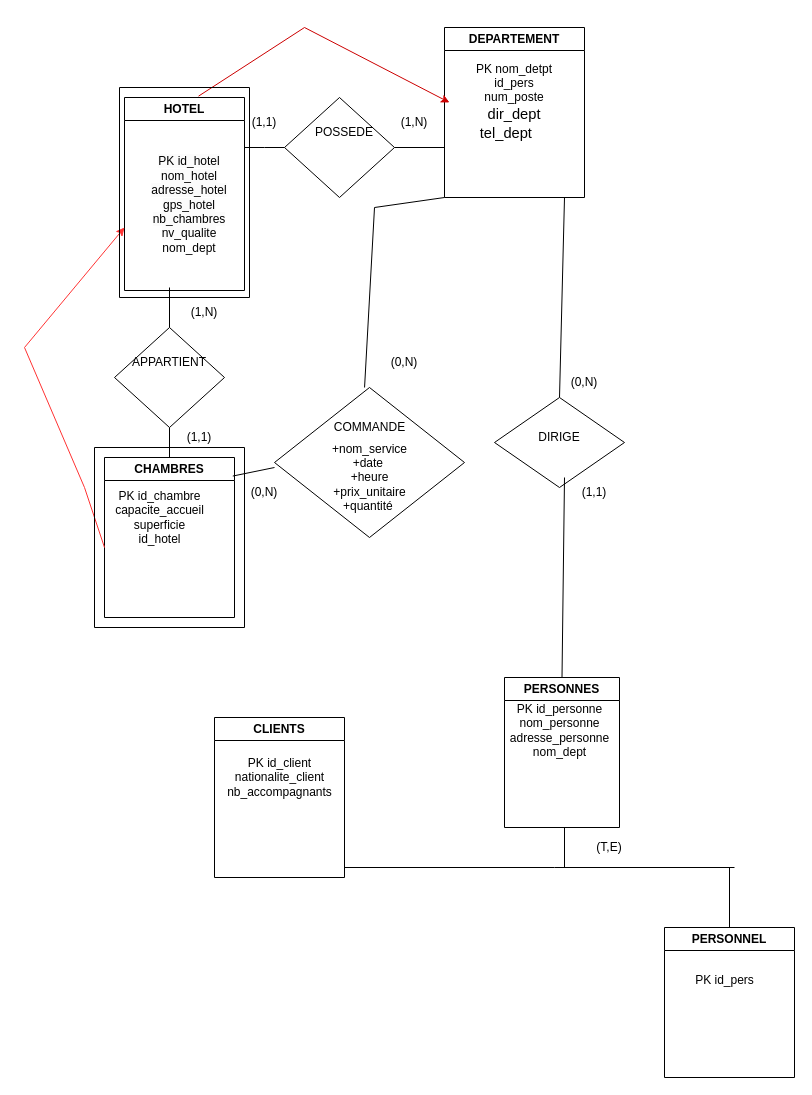
lenny-vergerolle/lennyverg keeps this draw.io diagram as Diagramme sans nom.drawio. Above is the earlier version. Source tidied: cells renumbered, new cells numbered last; positions are measured from the earlier drawing's top-left corner, leaving out a move shared by most shapes. Both pictures are drawn from the tidied source at 100%, with x=0, y=0 at pixel (24, 27).
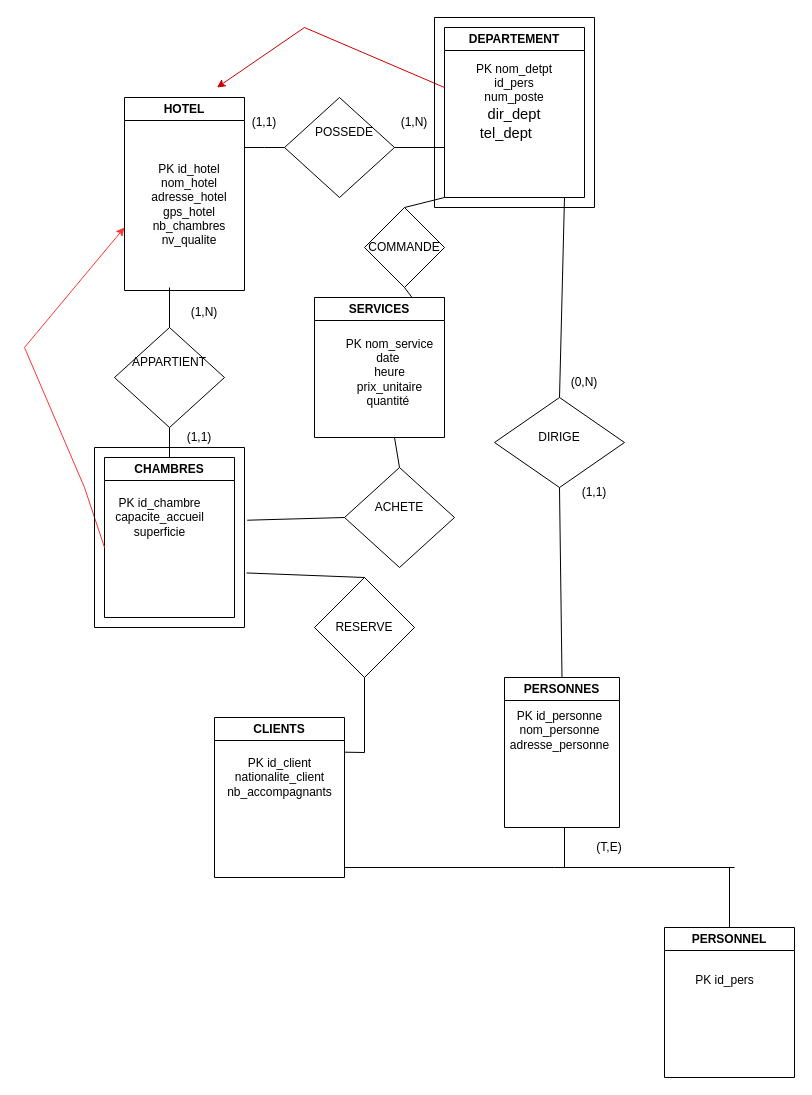
The same page after the edit.

Commit message (it also covers changes not shown here):
Mettre à jour Diagramme sans nom.drawio

The change refers to these unchanged cells:
```xml
<mxCell id="2" value="HOTEL" style="swimlane;whiteSpace=wrap;html=1;" parent="1" vertex="1">
  <mxGeometry x="100" y="70" width="120" height="193" as="geometry" />
</mxCell>
<mxCell id="4" value="DEPARTEMENT" style="swimlane;whiteSpace=wrap;html=1;" parent="1" vertex="1">
  <mxGeometry x="420" width="140" height="170" as="geometry" />
</mxCell>
<mxCell id="5" value="PK nom_detpt&lt;br&gt;id_pers&lt;br&gt;num_poste&lt;br&gt;&lt;span style=&quot;margin: 0px; padding: 0px; user-select: text; -webkit-user-drag: none; -webkit-tap-highlight-color: transparent; text-align: left; background-color: rgb(255, 255, 255); font-size: 11pt; line-height: 19.425px; font-family: Calibri, Calibri_EmbeddedFont, Calibri_MSFontService, sans-serif; font-variant-ligatures: none !important;&quot; class=&quot;TextRun SCXW159923290 BCX0&quot; lang=&quot;FR-FR&quot;&gt;&lt;/span&gt;&lt;span style=&quot;margin: 0px; padding: 0px; user-select: text; -webkit-user-drag: none; -webkit-tap-highlight-color: transparent; text-align: left; background-color: rgb(255, 255, 255); font-size: 11pt; line-height: 19.425px; font-family: Calibri, Calibri_EmbeddedFont, Calibri_MSFontService, sans-serif;&quot; class=&quot;EOP SCXW159923290 BCX0&quot;&gt;&lt;span style=&quot;margin: 0px; padding: 0px; user-select: text; -webkit-user-drag: none; -webkit-tap-highlight-color: transparent; font-size: 11pt; line-height: 19.425px; font-variant-ligatures: none !important;&quot; class=&quot;TextRun SCXW159923290 BCX0&quot; lang=&quot;FR-FR&quot;&gt;&lt;/span&gt;&lt;span style=&quot;margin: 0px; padding: 0px; user-select: text; -webkit-user-drag: none; -webkit-tap-highlight-color: transparent; font-size: 11pt; line-height: 19.425px;&quot; class=&quot;EOP SCXW159923290 BCX0&quot;&gt;&lt;span style=&quot;margin: 0px; padding: 0px; user-select: text; -webkit-user-drag: none; -webkit-tap-highlight-color: transparent; font-size: 11pt; line-height: 19.425px; font-variant-ligatures: none !important;&quot; class=&quot;TextRun SCXW87399350 BCX0&quot; lang=&quot;FR-FR&quot;&gt;&lt;/span&gt;&lt;span style=&quot;margin: 0px; padding: 0px; user-select: text; -webkit-user-drag: none; -webkit-tap-highlight-color: transparent; font-size: 11pt; line-height: 19.425px;&quot; class=&quot;EOP SCXW87399350 BCX0&quot;&gt;&lt;span style=&quot;margin: 0px; padding: 0px; user-select: text; -webkit-user-drag: none; -webkit-tap-highlight-color: transparent; font-size: 11pt; line-height: 19.425px; font-variant-ligatures: none !important;&quot; class=&quot;TextRun SCXW87399350 BCX0&quot; lang=&quot;FR-FR&quot;&gt;&lt;/span&gt;&lt;span style=&quot;margin: 0px; padding: 0px; user-select: text; -webkit-user-drag: none; -webkit-tap-highlight-color: transparent; font-size: 11pt; line-height: 19.425px;&quot; class=&quot;EOP SCXW87399350 BCX0&quot;&gt;dir_dept&lt;br&gt;tel_dept&amp;nbsp;&lt;/span&gt;&amp;nbsp;&lt;/span&gt;&amp;nbsp;&lt;/span&gt;&amp;nbsp;&lt;/span&gt;" style="text;html=1;strokeColor=none;fillColor=none;align=center;verticalAlign=middle;whiteSpace=wrap;rounded=0;" parent="4" vertex="1">
  <mxGeometry x="5" y="50" width="130" height="50" as="geometry" />
</mxCell>
<mxCell id="7" value="PK id_client&lt;br&gt;nationalite_client&lt;br&gt;nb_accompagnants" style="text;html=1;align=center;verticalAlign=middle;points=[];strokeColor=none;fillColor=none;" parent="6" vertex="1">
  <mxGeometry y="30" width="130" height="60" as="geometry" />
</mxCell>
<mxCell id="8" value="PERSONNES" style="swimlane;whiteSpace=wrap;html=1;" parent="1" vertex="1">
  <mxGeometry x="480" y="650" width="115" height="150" as="geometry" />
</mxCell>
<mxCell id="12" value="CHAMBRES" style="swimlane;whiteSpace=wrap;html=1;" parent="1" vertex="1">
  <mxGeometry x="80" y="430" width="130" height="160" as="geometry" />
</mxCell>
<mxCell id="28" style="rhombus;whiteSpace=wrap;html=1;" parent="1" vertex="1">
  <mxGeometry x="470" y="370" width="130" height="90" as="geometry" />
</mxCell>
<mxCell id="45" style="swimlane;startSize=0;" parent="1" vertex="1">
  <mxGeometry x="70" y="420" width="150" height="180" as="geometry" />
</mxCell>
```

The edit, as a diff of the source:
```diff
@@
-    <mxCell id="3" value="&lt;br&gt;&lt;span style=&quot;color: rgb(0, 0, 0); font-family: Helvetica; font-size: 12px; font-style: normal; font-variant-ligatures: normal; font-variant-caps: normal; font-weight: 400; letter-spacing: normal; orphans: 2; text-align: center; text-indent: 0px; text-transform: none; widows: 2; word-spacing: 0px; -webkit-text-stroke-width: 0px; background-color: rgb(251, 251, 251); text-decoration-thickness: initial; text-decoration-style: initial; text-decoration-color: initial; float: none; display: inline !important;&quot;&gt;PK id_hotel&lt;/span&gt;&lt;br style=&quot;border-color: var(--border-color); color: rgb(0, 0, 0); font-family: Helvetica; font-size: 12px; font-style: normal; font-variant-ligatures: normal; font-variant-caps: normal; font-weight: 400; letter-spacing: normal; orphans: 2; text-align: center; text-indent: 0px; text-transform: none; widows: 2; word-spacing: 0px; -webkit-text-stroke-width: 0px; background-color: rgb(251, 251, 251); text-decoration-thickness: initial; text-decoration-style: initial; text-decoration-color: initial;&quot;&gt;&lt;span style=&quot;color: rgb(0, 0, 0); font-family: Helvetica; font-size: 12px; font-style: normal; font-variant-ligatures: normal; font-variant-caps: normal; font-weight: 400; letter-spacing: normal; orphans: 2; text-align: center; text-indent: 0px; text-transform: none; widows: 2; word-spacing: 0px; -webkit-text-stroke-width: 0px; background-color: rgb(251, 251, 251); text-decoration-thickness: initial; text-decoration-style: initial; text-decoration-color: initial; float: none; display: inline !important;&quot;&gt;nom_hotel&lt;/span&gt;&lt;br style=&quot;border-color: var(--border-color); color: rgb(0, 0, 0); font-family: Helvetica; font-size: 12px; font-style: normal; font-variant-ligatures: normal; font-variant-caps: normal; font-weight: 400; letter-spacing: normal; orphans: 2; text-align: center; text-indent: 0px; text-transform: none; widows: 2; word-spacing: 0px; -webkit-text-stroke-width: 0px; background-color: rgb(251, 251, 251); text-decoration-thickness: initial; text-decoration-style: initial; text-decoration-color: initial;&quot;&gt;&lt;span style=&quot;color: rgb(0, 0, 0); font-family: Helvetica; font-size: 12px; font-style: normal; font-variant-ligatures: normal; font-variant-caps: normal; font-weight: 400; letter-spacing: normal; orphans: 2; text-align: center; text-indent: 0px; text-transform: none; widows: 2; word-spacing: 0px; -webkit-text-stroke-width: 0px; background-color: rgb(251, 251, 251); text-decoration-thickness: initial; text-decoration-style: initial; text-decoration-color: initial; float: none; display: inline !important;&quot;&gt;adresse_hotel&lt;/span&gt;&lt;br style=&quot;border-color: var(--border-color); color: rgb(0, 0, 0); font-family: Helvetica; font-size: 12px; font-style: normal; font-variant-ligatures: normal; font-variant-caps: normal; font-weight: 400; letter-spacing: normal; orphans: 2; text-align: center; text-indent: 0px; text-transform: none; widows: 2; word-spacing: 0px; -webkit-text-stroke-width: 0px; background-color: rgb(251, 251, 251); text-decoration-thickness: initial; text-decoration-style: initial; text-decoration-color: initial;&quot;&gt;&lt;span style=&quot;color: rgb(0, 0, 0); font-family: Helvetica; font-size: 12px; font-style: normal; font-variant-ligatures: normal; font-variant-caps: normal; font-weight: 400; letter-spacing: normal; orphans: 2; text-align: center; text-indent: 0px; text-transform: none; widows: 2; word-spacing: 0px; -webkit-text-stroke-width: 0px; background-color: rgb(251, 251, 251); text-decoration-thickness: initial; text-decoration-style: initial; text-decoration-color: initial; float: none; display: inline !important;&quot;&gt;gps_hotel&lt;/span&gt;&lt;br style=&quot;border-color: var(--border-color); color: rgb(0, 0, 0); font-family: Helvetica; font-size: 12px; font-style: normal; font-variant-ligatures: normal; font-variant-caps: normal; font-weight: 400; letter-spacing: normal; orphans: 2; text-align: center; text-indent: 0px; text-transform: none; widows: 2; word-spacing: 0px; -webkit-text-stroke-width: 0px; background-color: rgb(251, 251, 251); text-decoration-thickness: initial; text-decoration-style: initial; text-decoration-color: initial;&quot;&gt;&lt;span style=&quot;color: rgb(0, 0, 0); font-family: Helvetica; font-size: 12px; font-style: normal; font-variant-ligatures: normal; font-variant-caps: normal; font-weight: 400; letter-spacing: normal; orphans: 2; text-align: center; text-indent: 0px; text-transform: none; widows: 2; word-spacing: 0px; -webkit-text-stroke-width: 0px; background-color: rgb(251, 251, 251); text-decoration-thickness: initial; text-decoration-style: initial; text-decoration-color: initial; float: none; display: inline !important;&quot;&gt;nb_chambres&lt;/span&gt;&lt;br style=&quot;border-color: var(--border-color); color: rgb(0, 0, 0); font-family: Helvetica; font-size: 12px; font-style: normal; font-variant-ligatures: normal; font-variant-caps: normal; font-weight: 400; letter-spacing: normal; orphans: 2; text-align: center; text-indent: 0px; text-transform: none; widows: 2; word-spacing: 0px; -webkit-text-stroke-width: 0px; background-color: rgb(251, 251, 251); text-decoration-thickness: initial; text-decoration-style: initial; text-decoration-color: initial;&quot;&gt;&lt;span style=&quot;color: rgb(0, 0, 0); font-family: Helvetica; font-size: 12px; font-style: normal; font-variant-ligatures: normal; font-variant-caps: normal; font-weight: 400; letter-spacing: normal; orphans: 2; text-align: center; text-indent: 0px; text-transform: none; widows: 2; word-spacing: 0px; -webkit-text-stroke-width: 0px; background-color: rgb(251, 251, 251); text-decoration-thickness: initial; text-decoration-style: initial; text-decoration-color: initial; float: none; display: inline !important;&quot;&gt;nv_qualite&lt;br&gt;&lt;/span&gt;nom_dept" style="text;html=1;strokeColor=none;fillColor=none;align=center;verticalAlign=middle;whiteSpace=wrap;rounded=0;" parent="2" vertex="1">
+    <mxCell id="3" value="&lt;br&gt;&lt;span style=&quot;color: rgb(0, 0, 0); font-family: Helvetica; font-size: 12px; font-style: normal; font-variant-ligatures: normal; font-variant-caps: normal; font-weight: 400; letter-spacing: normal; orphans: 2; text-align: center; text-indent: 0px; text-transform: none; widows: 2; word-spacing: 0px; -webkit-text-stroke-width: 0px; background-color: rgb(251, 251, 251); text-decoration-thickness: initial; text-decoration-style: initial; text-decoration-color: initial; float: none; display: inline !important;&quot;&gt;PK id_hotel&lt;/span&gt;&lt;br style=&quot;border-color: var(--border-color); color: rgb(0, 0, 0); font-family: Helvetica; font-size: 12px; font-style: normal; font-variant-ligatures: normal; font-variant-caps: normal; font-weight: 400; letter-spacing: normal; orphans: 2; text-align: center; text-indent: 0px; text-transform: none; widows: 2; word-spacing: 0px; -webkit-text-stroke-width: 0px; background-color: rgb(251, 251, 251); text-decoration-thickness: initial; text-decoration-style: initial; text-decoration-color: initial;&quot;&gt;&lt;span style=&quot;color: rgb(0, 0, 0); font-family: Helvetica; font-size: 12px; font-style: normal; font-variant-ligatures: normal; font-variant-caps: normal; font-weight: 400; letter-spacing: normal; orphans: 2; text-align: center; text-indent: 0px; text-transform: none; widows: 2; word-spacing: 0px; -webkit-text-stroke-width: 0px; background-color: rgb(251, 251, 251); text-decoration-thickness: initial; text-decoration-style: initial; text-decoration-color: initial; float: none; display: inline !important;&quot;&gt;nom_hotel&lt;/span&gt;&lt;br style=&quot;border-color: var(--border-color); color: rgb(0, 0, 0); font-family: Helvetica; font-size: 12px; font-style: normal; font-variant-ligatures: normal; font-variant-caps: normal; font-weight: 400; letter-spacing: normal; orphans: 2; text-align: center; text-indent: 0px; text-transform: none; widows: 2; word-spacing: 0px; -webkit-text-stroke-width: 0px; background-color: rgb(251, 251, 251); text-decoration-thickness: initial; text-decoration-style: initial; text-decoration-color: initial;&quot;&gt;&lt;span style=&quot;color: rgb(0, 0, 0); font-family: Helvetica; font-size: 12px; font-style: normal; font-variant-ligatures: normal; font-variant-caps: normal; font-weight: 400; letter-spacing: normal; orphans: 2; text-align: center; text-indent: 0px; text-transform: none; widows: 2; word-spacing: 0px; -webkit-text-stroke-width: 0px; background-color: rgb(251, 251, 251); text-decoration-thickness: initial; text-decoration-style: initial; text-decoration-color: initial; float: none; display: inline !important;&quot;&gt;adresse_hotel&lt;/span&gt;&lt;br style=&quot;border-color: var(--border-color); color: rgb(0, 0, 0); font-family: Helvetica; font-size: 12px; font-style: normal; font-variant-ligatures: normal; font-variant-caps: normal; font-weight: 400; letter-spacing: normal; orphans: 2; text-align: center; text-indent: 0px; text-transform: none; widows: 2; word-spacing: 0px; -webkit-text-stroke-width: 0px; background-color: rgb(251, 251, 251); text-decoration-thickness: initial; text-decoration-style: initial; text-decoration-color: initial;&quot;&gt;&lt;span style=&quot;color: rgb(0, 0, 0); font-family: Helvetica; font-size: 12px; font-style: normal; font-variant-ligatures: normal; font-variant-caps: normal; font-weight: 400; letter-spacing: normal; orphans: 2; text-align: center; text-indent: 0px; text-transform: none; widows: 2; word-spacing: 0px; -webkit-text-stroke-width: 0px; background-color: rgb(251, 251, 251); text-decoration-thickness: initial; text-decoration-style: initial; text-decoration-color: initial; float: none; display: inline !important;&quot;&gt;gps_hotel&lt;/span&gt;&lt;br style=&quot;border-color: var(--border-color); color: rgb(0, 0, 0); font-family: Helvetica; font-size: 12px; font-style: normal; font-variant-ligatures: normal; font-variant-caps: normal; font-weight: 400; letter-spacing: normal; orphans: 2; text-align: center; text-indent: 0px; text-transform: none; widows: 2; word-spacing: 0px; -webkit-text-stroke-width: 0px; background-color: rgb(251, 251, 251); text-decoration-thickness: initial; text-decoration-style: initial; text-decoration-color: initial;&quot;&gt;&lt;span style=&quot;color: rgb(0, 0, 0); font-family: Helvetica; font-size: 12px; font-style: normal; font-variant-ligatures: normal; font-variant-caps: normal; font-weight: 400; letter-spacing: normal; orphans: 2; text-align: center; text-indent: 0px; text-transform: none; widows: 2; word-spacing: 0px; -webkit-text-stroke-width: 0px; background-color: rgb(251, 251, 251); text-decoration-thickness: initial; text-decoration-style: initial; text-decoration-color: initial; float: none; display: inline !important;&quot;&gt;nb_chambres&lt;/span&gt;&lt;br style=&quot;border-color: var(--border-color); color: rgb(0, 0, 0); font-family: Helvetica; font-size: 12px; font-style: normal; font-variant-ligatures: normal; font-variant-caps: normal; font-weight: 400; letter-spacing: normal; orphans: 2; text-align: center; text-indent: 0px; text-transform: none; widows: 2; word-spacing: 0px; -webkit-text-stroke-width: 0px; background-color: rgb(251, 251, 251); text-decoration-thickness: initial; text-decoration-style: initial; text-decoration-color: initial;&quot;&gt;&lt;span style=&quot;color: rgb(0, 0, 0); font-family: Helvetica; font-size: 12px; font-style: normal; font-variant-ligatures: normal; font-variant-caps: normal; font-weight: 400; letter-spacing: normal; orphans: 2; text-align: center; text-indent: 0px; text-transform: none; widows: 2; word-spacing: 0px; -webkit-text-stroke-width: 0px; background-color: rgb(251, 251, 251); text-decoration-thickness: initial; text-decoration-style: initial; text-decoration-color: initial; float: none; display: inline !important;&quot;&gt;nv_qualite&lt;br&gt;&lt;/span&gt;" style="text;html=1;strokeColor=none;fillColor=none;align=center;verticalAlign=middle;whiteSpace=wrap;rounded=0;" parent="2" vertex="1">
       <mxGeometry x="20" y="85" width="90" height="30" as="geometry" />
     </mxCell>
@@
-    <mxCell id="9" value="PK id_personne&lt;br&gt;nom_personne&lt;br&gt;adresse_personne&lt;br&gt;nom_dept" style="text;html=1;align=center;verticalAlign=middle;strokeColor=none;fillColor=none;" parent="8" vertex="1">
-      <mxGeometry x="-5" y="18" width="120" height="70" as="geometry" />
+    <mxCell id="9" value="PK id_personne&lt;br&gt;nom_personne&lt;br&gt;adresse_personne&lt;br&gt;" style="text;html=1;align=center;verticalAlign=middle;strokeColor=none;fillColor=none;" parent="8" vertex="1">
+      <mxGeometry x="-5" y="23" width="120" height="60" as="geometry" />
     </mxCell>
@@
-    <mxCell id="13" value="PK id_chambre&lt;br&gt;capacite_accueil&lt;br&gt;superficie&lt;br&gt;id_hotel" style="text;html=1;align=center;verticalAlign=middle;strokeColor=none;fillColor=none;" parent="12" vertex="1">
-      <mxGeometry y="25" width="110" height="70" as="geometry" />
+    <mxCell id="13" value="PK id_chambre&lt;br&gt;capacite_accueil&lt;br&gt;superficie&lt;br&gt;" style="text;html=1;align=center;verticalAlign=middle;strokeColor=none;fillColor=none;" parent="12" vertex="1">
+      <mxGeometry y="30" width="110" height="60" as="geometry" />
     </mxCell>
@@
-    <mxCell id="23" style="rhombus;whiteSpace=wrap;html=1;" parent="1" vertex="1">
-      <mxGeometry x="250" y="360" width="190" height="150" as="geometry" />
-    </mxCell>
-    <mxCell id="24" value="COMMANDE" style="text;html=1;strokeColor=none;fillColor=none;align=center;verticalAlign=middle;whiteSpace=wrap;rounded=0;" parent="1" vertex="1">
-      <mxGeometry x="303.8" y="380" width="82.5" height="40" as="geometry" />
-    </mxCell>
@@
-    <mxCell id="30" style="endArrow=none;html=1;rounded=0;exitX=0.5;exitY=0;exitDx=0;exitDy=0;" parent="1" edge="1" source="8">
-      <mxGeometry relative="1" as="geometry">
-        <mxPoint x="540" y="450" as="targetPoint" />
-      </mxGeometry>
+    <mxCell id="30" style="endArrow=none;html=1;rounded=0;exitX=0.5;exitY=0;exitDx=0;exitDy=0;entryX=0.5;entryY=1;entryDx=0;entryDy=0;" parent="1" edge="1" source="8" target="28">
+      <mxGeometry relative="1" as="geometry" />
     </mxCell>
-    <mxCell id="31" style="endArrow=none;html=1;rounded=0;entryX=0;entryY=1;entryDx=0;entryDy=0;" parent="1" edge="1" target="4">
-      <mxGeometry relative="1" as="geometry">
-        <mxPoint x="350" y="180" as="sourcePoint" />
-      </mxGeometry>
+    <mxCell id="31" style="endArrow=none;html=1;rounded=0;entryX=0;entryY=1;entryDx=0;entryDy=0;exitX=0.5;exitY=0;exitDx=0;exitDy=0;" parent="1" edge="1" source="24" target="4">
+      <mxGeometry relative="1" as="geometry" />
     </mxCell>
-    <mxCell id="32" style="endArrow=none;html=1;rounded=0;exitX=0.474;exitY=0;exitDx=0;exitDy=0;exitPerimeter=0;" parent="1" edge="1" source="23">
-      <mxGeometry relative="1" as="geometry">
-        <mxPoint x="350" y="180" as="targetPoint" />
-      </mxGeometry>
-    </mxCell>
@@
-    <mxCell id="34" style="endArrow=classic;html=1;rounded=0;exitX=0.617;exitY=-0.007;exitDx=0;exitDy=0;exitPerimeter=0;entryX=0;entryY=0.5;entryDx=0;entryDy=0;strokeColor=#CC0000;" parent="1" edge="1" source="2" target="5">
+    <mxCell id="34" style="endArrow=classic;html=1;rounded=0;strokeColor=#CC0000;entryX=0.75;entryY=0;entryDx=0;entryDy=0;" parent="1" edge="1">
       <mxGeometry relative="1" as="geometry">
+        <mxPoint x="420" y="60" as="sourcePoint" />
+        <mxPoint x="192.5" y="60" as="targetPoint" />
         <Array as="points">
           <mxPoint x="280" />
         </Array>
       </mxGeometry>
     </mxCell>
@@
-    <mxCell id="39" value="+nom_service&lt;br&gt;+date&amp;nbsp;&lt;br&gt;+heure&lt;br&gt;+prix_unitaire&lt;br&gt;+quantité&amp;nbsp;" style="text;html=1;align=center;verticalAlign=middle;strokeColor=none;fillColor=none;" parent="1" vertex="1">
-      <mxGeometry x="295" y="405" width="100" height="90" as="geometry" />
-    </mxCell>
-    <mxCell id="40" style="endArrow=none;html=1;rounded=0;exitX=0.987;exitY=0.116;exitDx=0;exitDy=0;exitPerimeter=0;" parent="1" edge="1" source="12">
-      <mxGeometry relative="1" as="geometry">
-        <mxPoint x="250" y="440" as="targetPoint" />
-      </mxGeometry>
+    <mxCell id="40" style="endArrow=none;html=1;rounded=0;exitX=1.018;exitY=0.404;exitDx=0;exitDy=0;exitPerimeter=0;entryX=0;entryY=0.5;entryDx=0;entryDy=0;" parent="1" edge="1" source="45" target="54">
+      <mxGeometry relative="1" as="geometry" />
     </mxCell>
@@
-    <mxCell id="43" value="(0,N)" style="text;html=1;strokeColor=none;fillColor=none;align=center;verticalAlign=middle;whiteSpace=wrap;rounded=0;" parent="1" vertex="1">
-      <mxGeometry x="210" y="450" width="60" height="30" as="geometry" />
-    </mxCell>
-    <mxCell id="44" value="(0,N)" style="text;html=1;strokeColor=none;fillColor=none;align=center;verticalAlign=middle;whiteSpace=wrap;rounded=0;" parent="1" vertex="1">
-      <mxGeometry x="350" y="320" width="60" height="30" as="geometry" />
-    </mxCell>
@@
-    <mxCell id="46" style="swimlane;startSize=0;" parent="1" vertex="1">
-      <mxGeometry x="95" y="60" width="130" height="210" as="geometry" />
-    </mxCell>
@@
+    <mxCell id="48" style="swimlane;startSize=0;" parent="1" vertex="1">
+      <mxGeometry x="410" y="-10" width="160" height="190" as="geometry" />
+    </mxCell>
+    <mxCell id="49" value="SERVICES" style="swimlane;whiteSpace=wrap;html=1;" parent="1" vertex="1">
+      <mxGeometry x="290" y="270" width="130" height="140" as="geometry" />
+    </mxCell>
+    <mxCell id="39" value="PK nom_service&lt;br&gt;date&amp;nbsp;&lt;br&gt;heure&lt;br&gt;prix_unitaire&lt;br&gt;quantité&amp;nbsp;" style="text;html=1;align=center;verticalAlign=middle;strokeColor=none;fillColor=none;" parent="49" vertex="1">
+      <mxGeometry x="20" y="30" width="110" height="90" as="geometry" />
+    </mxCell>
+    <mxCell id="50" style="rhombus;whiteSpace=wrap;html=1;" parent="1" vertex="1">
+      <mxGeometry x="290" y="550" width="100" height="100" as="geometry" />
+    </mxCell>
+    <mxCell id="51" value="RESERVE" style="text;html=1;strokeColor=none;fillColor=none;align=center;verticalAlign=middle;whiteSpace=wrap;rounded=0;" parent="1" vertex="1">
+      <mxGeometry x="310" y="585" width="60" height="30" as="geometry" />
+    </mxCell>
+    <mxCell id="52" style="endArrow=none;html=1;rounded=0;exitX=1.002;exitY=0.078;exitDx=0;exitDy=0;exitPerimeter=0;" parent="1" edge="1" source="7" target="50">
+      <mxGeometry relative="1" as="geometry">
+        <Array as="points">
+          <mxPoint x="340" y="725" />
+        </Array>
+      </mxGeometry>
+    </mxCell>
+    <mxCell id="53" style="endArrow=none;html=1;rounded=0;exitX=0.5;exitY=0;exitDx=0;exitDy=0;entryX=1.014;entryY=0.697;entryDx=0;entryDy=0;entryPerimeter=0;" parent="1" edge="1" source="50" target="45">
+      <mxGeometry relative="1" as="geometry" />
+    </mxCell>
+    <mxCell id="54" style="rhombus;whiteSpace=wrap;html=1;" parent="1" vertex="1">
+      <mxGeometry x="320" y="440" width="110" height="100" as="geometry" />
+    </mxCell>
+    <mxCell id="55" value="ACHETE" style="text;html=1;strokeColor=none;fillColor=none;align=center;verticalAlign=middle;whiteSpace=wrap;rounded=0;" parent="1" vertex="1">
+      <mxGeometry x="330" y="460" width="90" height="40" as="geometry" />
+    </mxCell>
+    <mxCell id="56" style="endArrow=none;html=1;rounded=0;exitX=0.5;exitY=0;exitDx=0;exitDy=0;" parent="1" edge="1" source="54">
+      <mxGeometry relative="1" as="geometry">
+        <mxPoint x="370" y="410" as="targetPoint" />
+      </mxGeometry>
+    </mxCell>
+    <mxCell id="24" value="COMMANDE" style="rhombus;whiteSpace=wrap;html=1;" parent="1" vertex="1">
+      <mxGeometry x="340" y="180" width="80" height="80" as="geometry" />
+    </mxCell>
+    <mxCell id="57" style="endArrow=none;html=1;rounded=0;entryX=0.5;entryY=1;entryDx=0;entryDy=0;exitX=0.75;exitY=0;exitDx=0;exitDy=0;" parent="1" edge="1" source="49" target="24">
+      <mxGeometry relative="1" as="geometry" />
+    </mxCell>
```
